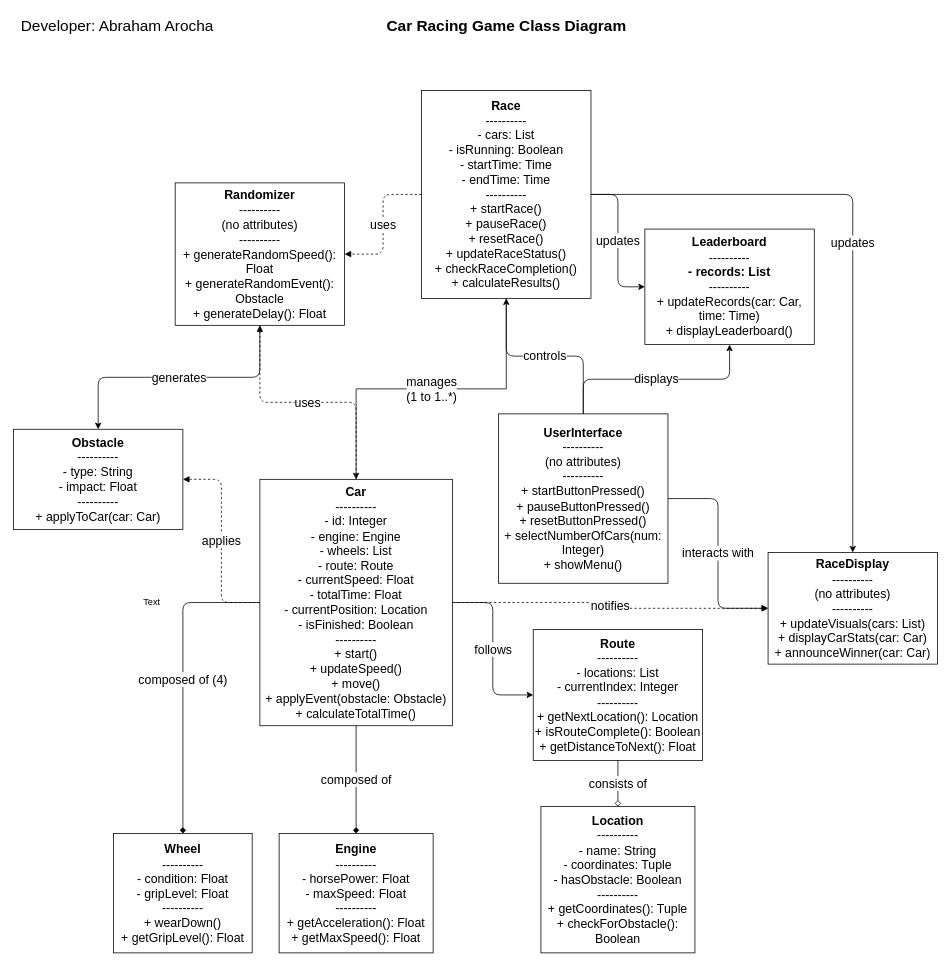
Before: cs225_team_1_car_racing_game_class_diagram_uml.drawio in gabygerges/CS225-Proj5, a draw.io diagram. Source tidied: cells renumbered, new cells numbered last; positions are measured from the earlier drawing's top-left corner, leaving out a move shared by most shapes. Both pictures are drawn from the tidied source at 77%, with x=0, y=0 at pixel (13, 13).
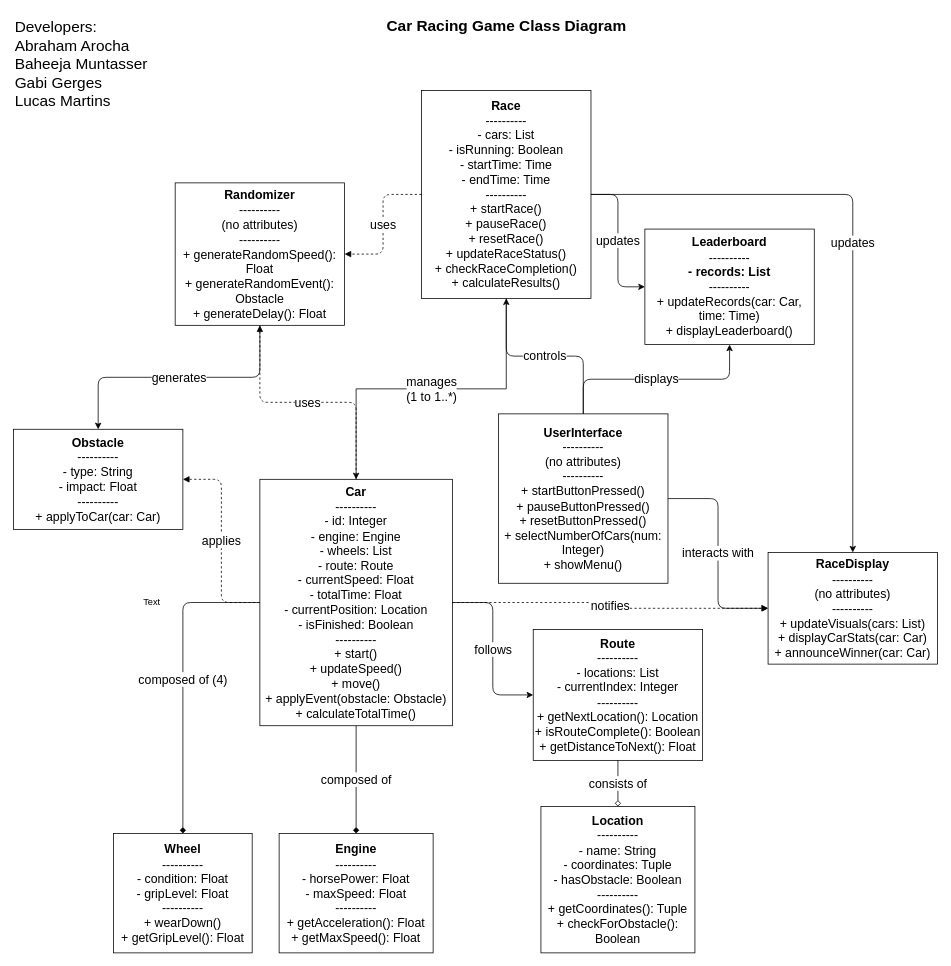
The same diagram, later.

Commit message:
Updated UML Class Diagram

The edit, as a diff of the source:
```diff
@@
-    <mxCell id="29" value="&lt;div&gt;Developer: Abraham Arocha&lt;/div&gt;" style="text;html=1;align=center;verticalAlign=middle;whiteSpace=wrap;rounded=0;fontSize=20;" parent="1" vertex="1">
-      <mxGeometry width="270" height="30" as="geometry" />
+    <mxCell id="29" value="&lt;div&gt;Developers:&lt;/div&gt;&lt;div&gt;Abraham Arocha&lt;/div&gt;&lt;div&gt;&lt;span class=&quot;MuiChiplabel-0-2-1359&quot;&gt;Baheeja Muntasser&lt;/span&gt;&lt;/div&gt;&lt;div&gt;&lt;span class=&quot;MuiChiplabel-0-2-1359&quot;&gt;Gabi Gerges&lt;/span&gt;&lt;/div&gt;&lt;div&gt;&lt;span class=&quot;MuiChiplabel-0-2-1359&quot;&gt;Lucas Martins&lt;/span&gt;&lt;/div&gt;&lt;div&gt;&lt;br&gt;&lt;/div&gt;" style="text;html=1;align=left;verticalAlign=middle;whiteSpace=wrap;rounded=0;fontSize=20;" parent="1" vertex="1">
+      <mxGeometry y="7" width="270" height="140" as="geometry" />
     </mxCell>
```
